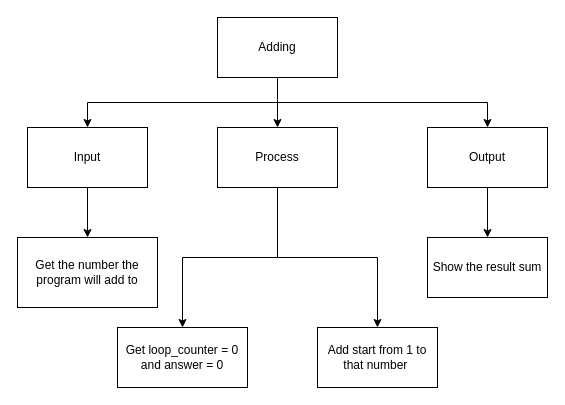
This is design.top-down.drawio from Yiyun-Qin/ICS3U-Unit4-02-Python, a draw.io file, before an edit. Source tidied: cells renumbered, new cells numbered last; positions are measured from the earlier drawing's top-left corner, leaving out a move shared by most shapes. Both pictures are drawn from the tidied source at 100%, with x=0, y=0 at pixel (17, 17).
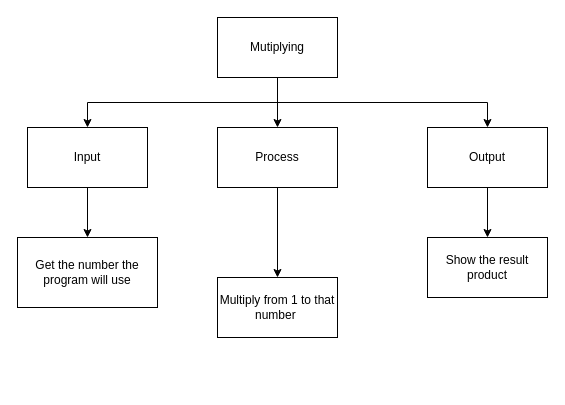
The same diagram, later.

Diff of the diagram source:
```diff
@@
 <mxGraphModel>
   <root>
     <mxCell id="0" />
     <mxCell id="1" parent="0" />
     <mxCell id="2" style="edgeStyle=orthogonalEdgeStyle;html=1;exitX=0.5;exitY=1;exitDx=0;exitDy=0;entryX=0.5;entryY=0;entryDx=0;entryDy=0;rounded=0;" parent="1" edge="1" source="5" target="7">
       <mxGeometry relative="1" as="geometry" />
     </mxCell>
     <mxCell id="3" style="edgeStyle=orthogonalEdgeStyle;rounded=0;html=1;exitX=0.5;exitY=1;exitDx=0;exitDy=0;entryX=0.5;entryY=0;entryDx=0;entryDy=0;" parent="1" edge="1" source="5" target="10">
       <mxGeometry relative="1" as="geometry" />
     </mxCell>
     <mxCell id="4" style="edgeStyle=orthogonalEdgeStyle;rounded=0;html=1;exitX=0.5;exitY=1;exitDx=0;exitDy=0;entryX=0.5;entryY=0;entryDx=0;entryDy=0;" parent="1" edge="1" source="5" target="12">
       <mxGeometry relative="1" as="geometry" />
     </mxCell>
-    <mxCell id="5" value="Adding" style="rounded=0;whiteSpace=wrap;html=1;" parent="1" vertex="1">
+    <mxCell id="5" value="Mutiplying" style="rounded=0;whiteSpace=wrap;html=1;" parent="1" vertex="1">
       <mxGeometry x="200" width="120" height="60" as="geometry" />
     </mxCell>
     <mxCell id="6" style="edgeStyle=orthogonalEdgeStyle;rounded=0;html=1;exitX=0.5;exitY=1;exitDx=0;exitDy=0;entryX=0.5;entryY=0;entryDx=0;entryDy=0;" parent="1" edge="1" source="7" target="13">
       <mxGeometry relative="1" as="geometry" />
     </mxCell>
     <mxCell id="7" value="Input" style="rounded=0;whiteSpace=wrap;html=1;" parent="1" vertex="1">
       <mxGeometry x="10" y="110" width="120" height="60" as="geometry" />
     </mxCell>
     <mxCell id="8" style="edgeStyle=orthogonalEdgeStyle;rounded=0;html=1;exitX=0.5;exitY=1;exitDx=0;exitDy=0;entryX=0.5;entryY=0;entryDx=0;entryDy=0;" parent="1" edge="1" source="10" target="14">
       <mxGeometry relative="1" as="geometry" />
     </mxCell>
-    <mxCell id="9" style="edgeStyle=orthogonalEdgeStyle;html=1;exitX=0.5;exitY=1;exitDx=0;exitDy=0;entryX=0.5;entryY=0;entryDx=0;entryDy=0;rounded=0;" parent="1" edge="1" source="10" target="16">
-      <mxGeometry relative="1" as="geometry" />
-    </mxCell>
     <mxCell id="10" value="Process" style="rounded=0;whiteSpace=wrap;html=1;" parent="1" vertex="1">
       <mxGeometry x="200" y="110" width="120" height="60" as="geometry" />
     </mxCell>
     <mxCell id="11" style="edgeStyle=orthogonalEdgeStyle;rounded=0;html=1;exitX=0.5;exitY=1;exitDx=0;exitDy=0;entryX=0.5;entryY=0;entryDx=0;entryDy=0;" parent="1" edge="1" source="12" target="15">
       <mxGeometry relative="1" as="geometry" />
     </mxCell>
     <mxCell id="12" value="Output" style="rounded=0;whiteSpace=wrap;html=1;" parent="1" vertex="1">
       <mxGeometry x="410" y="110" width="120" height="60" as="geometry" />
     </mxCell>
-    <mxCell id="13" value="Get the number the program will add to" style="rounded=0;whiteSpace=wrap;html=1;" parent="1" vertex="1">
+    <mxCell id="13" value="Get the number the program will use" style="rounded=0;whiteSpace=wrap;html=1;" parent="1" vertex="1">
       <mxGeometry y="220" width="140" height="70" as="geometry" />
     </mxCell>
-    <mxCell id="14" value="Add start from 1 to that number&amp;nbsp;" style="rounded=0;whiteSpace=wrap;html=1;" parent="1" vertex="1">
-      <mxGeometry x="300" y="310" width="120" height="60" as="geometry" />
+    <mxCell id="14" value="Multiply from 1 to that number&amp;nbsp;" style="rounded=0;whiteSpace=wrap;html=1;" parent="1" vertex="1">
+      <mxGeometry x="200" y="260" width="120" height="60" as="geometry" />
     </mxCell>
-    <mxCell id="15" value="Show the result sum" style="rounded=0;whiteSpace=wrap;html=1;" parent="1" vertex="1">
+    <mxCell id="15" value="Show the result product" style="rounded=0;whiteSpace=wrap;html=1;" parent="1" vertex="1">
       <mxGeometry x="410" y="220" width="120" height="60" as="geometry" />
     </mxCell>
-    <mxCell id="16" value="Get loop_counter = 0 and answer = 0" style="rounded=0;whiteSpace=wrap;html=1;" parent="1" vertex="1">
-      <mxGeometry x="100" y="310" width="130" height="60" as="geometry" />
-    </mxCell>
   </root>
 </mxGraphModel>
```
